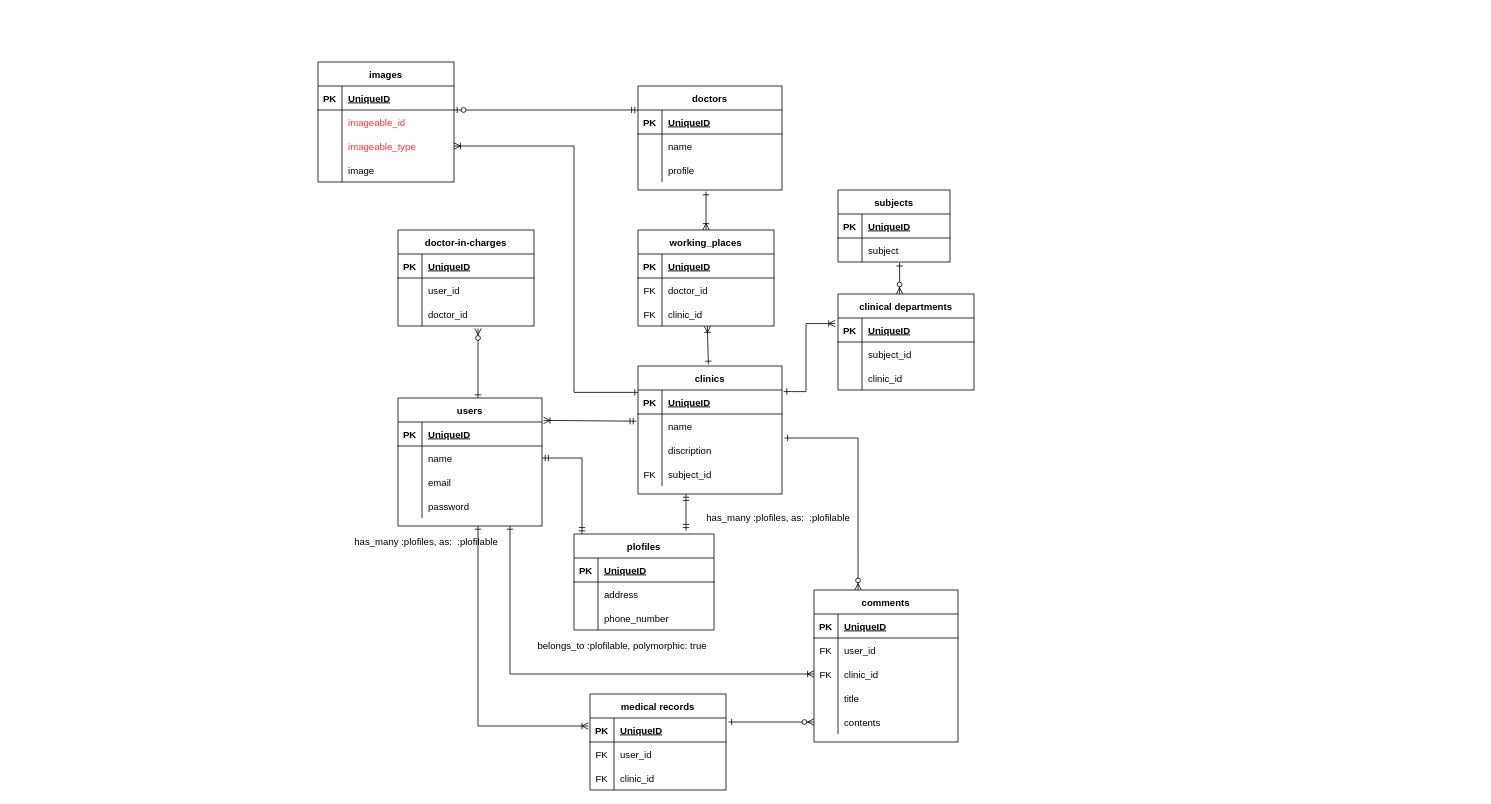
Above: page "help_doctor" (4 of 4) of Untitled Diagram.drawio in Sec-il-n/dic_guraduate_parts (draw.io), before the change. Source tidied: cells renumbered, new cells numbered last; positions are measured from the earlier drawing's top-left corner, leaving out a move shared by most shapes. Both pictures are drawn from the tidied source at 80%, with x=0, y=0 at pixel (318, 62).
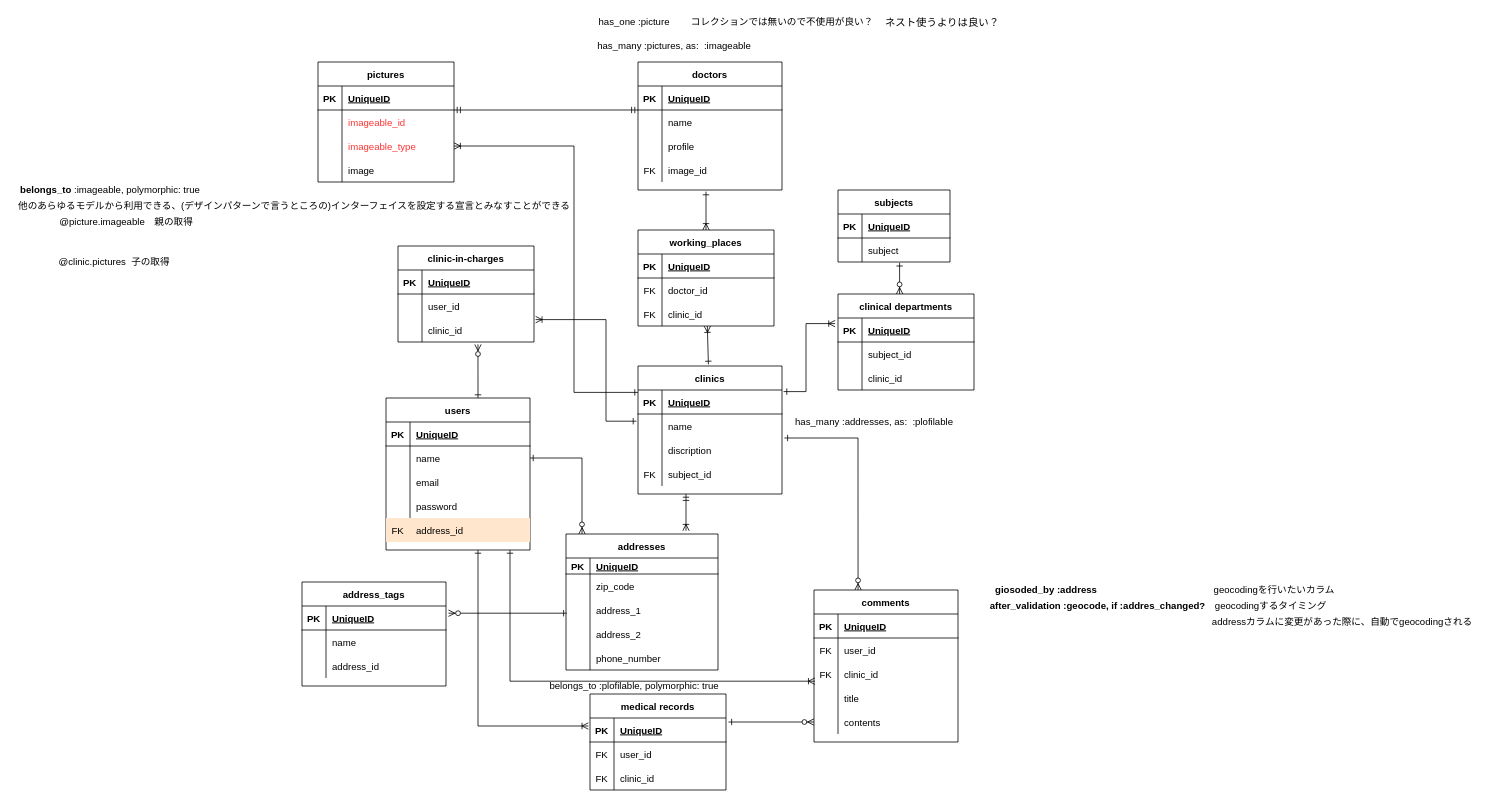
After the change.

Commit message (it also covers changes not shown here):
Untitled Diagram.drawio を更新します

The change refers to these unchanged cells:
```xml
<mxCell id="3" style="shape=partialRectangle;fillColor=none;top=0;left=0;bottom=1;right=0;points=[[0,0.5],[1,0.5]];portConstraint=eastwest;" parent="2" vertex="1">
  <mxGeometry y="30" width="180" height="30" as="geometry" />
</mxCell>
<mxCell id="6" style="shape=partialRectangle;fillColor=none;top=0;left=0;bottom=0;right=0;points=[[0,0.5],[1,0.5]];portConstraint=eastwest;" parent="2" vertex="1">
  <mxGeometry y="60" width="180" height="30" as="geometry" />
</mxCell>
<mxCell id="32" style="shape=partialRectangle;fillColor=none;top=0;left=0;bottom=0;right=0;points=[[0,0.5],[1,0.5]];portConstraint=eastwest;" parent="28" vertex="1">
  <mxGeometry y="60" width="180" height="30" as="geometry" />
</mxCell>
<mxCell id="82" style="shape=partialRectangle;fillColor=none;top=0;left=0;bottom=0;right=0;points=[[0,0.5],[1,0.5]];portConstraint=eastwest;" parent="75" vertex="1">
  <mxGeometry y="90" width="170" height="30" as="geometry" />
</mxCell>
<mxCell id="94" style="shape=partialRectangle;fillColor=none;top=0;left=0;bottom=0;right=0;points=[[0,0.5],[1,0.5]];portConstraint=eastwest;" parent="87" vertex="1">
  <mxGeometry y="90" width="180" height="30" as="geometry" />
</mxCell>
```

The edit, as a diff of the source:
```diff
@@
     <mxCell id="2" value="users" style="shape=table;startSize=30;childLayout=tableLayout;rowLines=0;fontStyle=1;align=center;" parent="1" vertex="1">
-      <mxGeometry x="100" y="420" width="180" height="160" as="geometry" />
+      <mxGeometry x="85" y="420" width="180" height="190" as="geometry" />
     </mxCell>
@@
+    <mxCell id="141" style="shape=partialRectangle;fillColor=#ffe6cc;top=0;left=0;bottom=0;right=0;strokeColor=#d79b00;" parent="2" vertex="1">
+      <mxGeometry y="150" width="180" height="30" as="geometry" />
+    </mxCell>
+    <mxCell id="142" value="FK" style="shape=partialRectangle;fillColor=none;top=0;left=0;bottom=0;right=0;overflow=hidden;" parent="141" vertex="1">
+      <mxGeometry width="30" height="30" as="geometry" />
+    </mxCell>
+    <mxCell id="143" value="address_id" style="shape=partialRectangle;fillColor=none;top=0;left=0;bottom=0;right=0;align=left;spacingLeft=6;overflow=hidden;" parent="141" vertex="1">
+      <mxGeometry x="30" width="150" height="30" as="geometry" />
+    </mxCell>
-    <mxCell id="15" value="images" style="shape=table;startSize=30;childLayout=tableLayout;rowLines=0;fontStyle=1;align=center;" parent="1" vertex="1">
+    <mxCell id="15" value="pictures" style="shape=table;startSize=30;childLayout=tableLayout;rowLines=0;fontStyle=1;align=center;" parent="1" vertex="1">
       <mxGeometry width="170" height="150" as="geometry" />
     </mxCell>
@@
     <mxCell id="41" value="doctors" style="shape=table;startSize=30;childLayout=tableLayout;rowLines=0;fontStyle=1;align=center;strokeColor=#000000;fontColor=#000000;" parent="1" vertex="1">
-      <mxGeometry x="400" y="30" width="180" height="130" as="geometry" />
+      <mxGeometry x="400" width="180" height="160" as="geometry" />
     </mxCell>
@@
+    <mxCell id="144" style="shape=partialRectangle;fillColor=none;top=0;left=0;bottom=0;right=0;" parent="41" vertex="1">
+      <mxGeometry y="120" width="180" height="30" as="geometry" />
+    </mxCell>
+    <mxCell id="145" value="FK" style="shape=partialRectangle;fillColor=none;top=0;left=0;bottom=0;right=0;overflow=hidden;" parent="144" vertex="1">
+      <mxGeometry width="30" height="30" as="geometry" />
+    </mxCell>
+    <mxCell id="146" value="image_id" style="shape=partialRectangle;fillColor=none;top=0;left=0;bottom=0;right=0;align=left;spacingLeft=6;overflow=hidden;" parent="144" vertex="1">
+      <mxGeometry x="30" width="150" height="30" as="geometry" />
+    </mxCell>
@@
-    <mxCell id="64" style="edgeStyle=entityRelationEdgeStyle;fontSize=12;html=1;endArrow=ERmandOne;startArrow=ERzeroToOne;startFill=1;" parent="1" edge="1">
+    <mxCell id="64" style="edgeStyle=entityRelationEdgeStyle;fontSize=12;html=1;endArrow=ERmandOne;startArrow=ERmandOne;startFill=0;endFill=0;" parent="1" edge="1">
       <mxGeometry relative="1" as="geometry">
         <mxPoint x="170" y="60" as="sourcePoint" />
         <mxPoint x="400" y="60" as="targetPoint" />
       </mxGeometry>
     </mxCell>
@@
-    <mxCell id="75" value="doctor-in-charges" style="shape=table;startSize=30;childLayout=tableLayout;rowLines=0;fontStyle=1;align=center;strokeColor=#000000;fillColor=#FFFFFF;fontColor=#000000;" parent="1" vertex="1">
-      <mxGeometry x="100" y="210" width="170" height="120" as="geometry" />
+    <mxCell id="75" value="clinic-in-charges" style="shape=table;startSize=30;childLayout=tableLayout;rowLines=0;fontStyle=1;align=center;strokeColor=#000000;fillColor=#FFFFFF;fontColor=#000000;" parent="1" vertex="1">
+      <mxGeometry x="100" y="230" width="170" height="120" as="geometry" />
     </mxCell>
@@
-    <mxCell id="83" style="shape=partialRectangle;fillColor=none;top=0;left=0;bottom=0;right=0;overflow=hidden;" parent="82" vertex="1">
-      <mxGeometry width="30" height="30" as="geometry" />
-    </mxCell>
-    <mxCell id="84" value="doctor_id" style="shape=partialRectangle;fillColor=none;top=0;left=0;bottom=0;right=0;align=left;spacingLeft=6;overflow=hidden;" parent="82" vertex="1">
-      <mxGeometry x="30" width="140" height="30" as="geometry" />
-    </mxCell>
+    <mxCell id="147" style="shape=partialRectangle;fillColor=none;top=0;left=0;bottom=0;right=0;overflow=hidden;" parent="82" vertex="1">
+      <mxGeometry width="30" height="30" as="geometry" />
+    </mxCell>
+    <mxCell id="148" value="clinic_id" style="shape=partialRectangle;fillColor=none;top=0;left=0;bottom=0;right=0;align=left;spacingLeft=6;overflow=hidden;" parent="82" vertex="1">
+      <mxGeometry x="30" width="140" height="30" as="geometry" />
+    </mxCell>
     <mxCell id="85" style="endArrow=ERoneToMany;html=1;rounded=0;fontColor=#000000;endFill=0;startArrow=ERone;startFill=0;" parent="1" edge="1">
       <mxGeometry relative="1" as="geometry">
-        <mxPoint x="200" y="580" as="sourcePoint" />
+        <mxPoint x="200" y="610" as="sourcePoint" />
         <mxPoint x="338" y="830" as="targetPoint" />
         <Array as="points">
           <mxPoint x="200" y="830" />
         </Array>
       </mxGeometry>
     </mxCell>
-    <mxCell id="86" style="endArrow=ERmandOne;html=1;rounded=0;fontColor=#000000;endFill=0;startArrow=ERmandOne;startFill=0;" parent="1" edge="1">
+    <mxCell id="86" style="endArrow=ERoneToMany;html=1;rounded=0;fontColor=#000000;endFill=0;startArrow=ERmandOne;startFill=0;" parent="1" edge="1">
       <mxGeometry relative="1" as="geometry">
         <mxPoint x="460" y="540" as="sourcePoint" />
         <mxPoint x="460" y="586" as="targetPoint" />
       </mxGeometry>
     </mxCell>
@@
-    <mxCell id="124" value="plofiles" style="shape=table;startSize=30;childLayout=tableLayout;rowLines=0;fontStyle=1;align=center;strokeColor=#000000;fillColor=#FFFFFF;fontColor=#000000;" parent="1" vertex="1">
-      <mxGeometry x="320" y="590" width="175" height="120" as="geometry" />
-    </mxCell>
-    <mxCell id="125" style="shape=partialRectangle;fillColor=none;top=0;left=0;bottom=1;right=0;" parent="124" vertex="1">
-      <mxGeometry y="30" width="175" height="30" as="geometry" />
-    </mxCell>
-    <mxCell id="126" value="PK" style="shape=partialRectangle;fillColor=none;top=0;left=0;bottom=0;right=0;fontStyle=1;overflow=hidden;" parent="125" vertex="1">
-      <mxGeometry width="30" height="30" as="geometry" />
-    </mxCell>
-    <mxCell id="127" value="UniqueID" style="shape=partialRectangle;fillColor=none;top=0;left=0;bottom=0;right=0;align=left;spacingLeft=6;fontStyle=5;overflow=hidden;" parent="125" vertex="1">
-      <mxGeometry x="30" width="145" height="30" as="geometry" />
-    </mxCell>
-    <mxCell id="128" style="shape=partialRectangle;fillColor=none;top=0;left=0;bottom=0;right=0;" parent="124" vertex="1">
-      <mxGeometry y="60" width="175" height="30" as="geometry" />
-    </mxCell>
-    <mxCell id="129" style="shape=partialRectangle;fillColor=none;top=0;left=0;bottom=0;right=0;overflow=hidden;" parent="128" vertex="1">
-      <mxGeometry width="30" height="30" as="geometry" />
-    </mxCell>
-    <mxCell id="130" value="address" style="shape=partialRectangle;fillColor=none;top=0;left=0;bottom=0;right=0;align=left;spacingLeft=6;overflow=hidden;" parent="128" vertex="1">
-      <mxGeometry x="30" width="145" height="30" as="geometry" />
-    </mxCell>
-    <mxCell id="131" style="shape=partialRectangle;fillColor=none;top=0;left=0;bottom=0;right=0;" parent="124" vertex="1">
-      <mxGeometry y="90" width="175" height="30" as="geometry" />
-    </mxCell>
-    <mxCell id="132" style="shape=partialRectangle;fillColor=none;top=0;left=0;bottom=0;right=0;overflow=hidden;" parent="131" vertex="1">
-      <mxGeometry width="30" height="30" as="geometry" />
-    </mxCell>
-    <mxCell id="133" value="phone_number" style="shape=partialRectangle;fillColor=none;top=0;left=0;bottom=0;right=0;align=left;spacingLeft=6;overflow=hidden;" parent="131" vertex="1">
-      <mxGeometry x="30" width="145" height="30" as="geometry" />
-    </mxCell>
     <mxCell id="134" value="belongs_to :plofilable, polymorphic: true" style="text;html=1;align=center;verticalAlign=middle;fontColor=#000000;" parent="1" vertex="1">
-      <mxGeometry x="265" y="720" width="230" height="20" as="geometry" />
+      <mxGeometry x="280" y="770" width="230" height="20" as="geometry" />
     </mxCell>
-    <mxCell id="135" value="has_many :plofiles, as:&amp;nbsp; :plofilable" style="text;html=1;align=center;verticalAlign=middle;fontColor=#000000;" parent="1" vertex="1">
-      <mxGeometry x="40" y="590" width="190" height="20" as="geometry" />
-    </mxCell>
-    <mxCell id="136" value="has_many :plofiles, as:&amp;nbsp; :plofilable" style="text;html=1;align=center;verticalAlign=middle;fontColor=#000000;" parent="1" vertex="1">
-      <mxGeometry x="480" y="560" width="190" height="20" as="geometry" />
-    </mxCell>
-    <mxCell id="137" style="endArrow=ERmandOne;html=1;rounded=0;fontColor=#000000;endFill=0;startArrow=ERmandOne;startFill=0;exitX=1;exitY=0.5;exitDx=0;exitDy=0;" parent="1" edge="1" source="6">
+    <mxCell id="137" style="endArrow=ERzeroToMany;html=1;rounded=0;fontColor=#000000;endFill=1;startArrow=ERone;startFill=0;exitX=1;exitY=0.5;exitDx=0;exitDy=0;" parent="1" edge="1" source="6">
       <mxGeometry relative="1" as="geometry">
         <mxPoint x="330" y="590" as="targetPoint" />
         <Array as="points">
           <mxPoint x="330" y="495" />
         </Array>
       </mxGeometry>
     </mxCell>
-    <mxCell id="138" style="endArrow=ERmandOne;html=1;rounded=0;fontColor=#000000;endFill=0;startArrow=ERoneToMany;startFill=0;exitX=1.011;exitY=-0.067;exitDx=0;exitDy=0;exitPerimeter=0;entryX=-0.011;entryY=0.3;entryDx=0;entryDy=0;entryPerimeter=0;" parent="1" edge="1" source="3" target="32">
-      <mxGeometry relative="1" as="geometry" />
+    <mxCell id="138" style="endArrow=ERone;html=1;rounded=0;fontColor=#000000;endFill=0;startArrow=ERoneToMany;startFill=0;exitX=1.012;exitY=0.067;exitDx=0;exitDy=0;exitPerimeter=0;entryX=-0.011;entryY=0.3;entryDx=0;entryDy=0;entryPerimeter=0;" parent="1" edge="1" source="82" target="32">
+      <mxGeometry relative="1" as="geometry">
+        <Array as="points">
+          <mxPoint x="360" y="322" />
+          <mxPoint x="360" y="449" />
+        </Array>
+      </mxGeometry>
     </mxCell>
-    <mxCell id="139" style="endArrow=ERone;html=1;rounded=0;fontColor=#000000;endFill=0;startArrow=ERzeroToMany;startFill=1;" parent="1" edge="1">
+    <mxCell id="139" style="endArrow=ERone;html=1;rounded=0;fontColor=#000000;endFill=0;startArrow=ERzeroToMany;startFill=1;exitX=0.588;exitY=1.1;exitDx=0;exitDy=0;exitPerimeter=0;" parent="1" edge="1" source="82">
       <mxGeometry relative="1" as="geometry">
-        <mxPoint x="200" y="333" as="sourcePoint" />
         <mxPoint x="200" y="420" as="targetPoint" />
       </mxGeometry>
     </mxCell>
-    <mxCell id="140" style="endArrow=ERoneToMany;html=1;rounded=0;fontColor=#000000;endFill=0;startArrow=ERone;startFill=0;entryX=0;entryY=0.5;entryDx=0;entryDy=0;" parent="1" edge="1" target="94">
+    <mxCell id="140" style="endArrow=ERoneToMany;html=1;rounded=0;fontColor=#000000;endFill=0;startArrow=ERone;startFill=0;entryX=0.006;entryY=0.8;entryDx=0;entryDy=0;entryPerimeter=0;" parent="1" edge="1" target="94">
       <mxGeometry relative="1" as="geometry">
-        <mxPoint x="240" y="580" as="sourcePoint" />
+        <mxPoint x="240" y="610" as="sourcePoint" />
         <Array as="points">
-          <mxPoint x="240" y="765" />
+          <mxPoint x="240" y="774" />
         </Array>
       </mxGeometry>
     </mxCell>
+    <mxCell id="149" value="giosoded_by :address" style="text;html=1;align=center;verticalAlign=middle;fontColor=#000000;fontStyle=1;" parent="1" vertex="1">
+      <mxGeometry x="840" y="650" width="140" height="20" as="geometry" />
+    </mxCell>
+    <mxCell id="150" value="geocodingを行いたいカラム" style="text;html=1;align=center;verticalAlign=middle;fontColor=#000000;" parent="1" vertex="1">
+      <mxGeometry x="1110" y="650" width="170" height="20" as="geometry" />
+    </mxCell>
+    <mxCell id="151" value="after_validation :geocode, if :addres_changed?　&lt;span style=&quot;font-weight: 400&quot;&gt;geocodingするタイミング&lt;/span&gt;" style="text;html=1;align=center;verticalAlign=middle;fontColor=#000000;fontStyle=1;" parent="1" vertex="1">
+      <mxGeometry x="830" y="670" width="440" height="20" as="geometry" />
+    </mxCell>
+    <mxCell id="152" value="addressカラムに変更があった際に、自動でgeocodingされる" style="text;html=1;align=center;verticalAlign=middle;fontColor=#000000;" parent="1" vertex="1">
+      <mxGeometry x="1110" y="690" width="340" height="20" as="geometry" />
+    </mxCell>
+    <mxCell id="153" value="addresses" style="shape=table;startSize=30;childLayout=tableLayout;rowLines=0;fontStyle=1;align=center;fillColor=#FFFFFF;fontColor=#000000;" parent="1" vertex="1">
+      <mxGeometry x="310" y="590" width="190" height="170" as="geometry" />
+    </mxCell>
+    <mxCell id="154" style="shape=partialRectangle;fillColor=none;top=0;left=0;bottom=1;right=0;" parent="153" vertex="1">
+      <mxGeometry y="30" width="190" height="20" as="geometry" />
+    </mxCell>
+    <mxCell id="155" value="PK" style="shape=partialRectangle;fillColor=none;top=0;left=0;bottom=0;right=0;fontStyle=1;overflow=hidden;" parent="154" vertex="1">
+      <mxGeometry width="30" height="20" as="geometry" />
+    </mxCell>
+    <mxCell id="156" value="UniqueID" style="shape=partialRectangle;fillColor=none;top=0;left=0;bottom=0;right=0;align=left;spacingLeft=6;fontStyle=5;overflow=hidden;" parent="154" vertex="1">
+      <mxGeometry x="30" width="160" height="20" as="geometry" />
+    </mxCell>
+    <mxCell id="157" style="shape=partialRectangle;fillColor=none;top=0;left=0;bottom=0;right=0;" parent="153" vertex="1">
+      <mxGeometry y="50" width="190" height="30" as="geometry" />
+    </mxCell>
+    <mxCell id="158" style="shape=partialRectangle;fillColor=none;top=0;left=0;bottom=0;right=0;overflow=hidden;" parent="157" vertex="1">
+      <mxGeometry width="30" height="30" as="geometry" />
+    </mxCell>
+    <mxCell id="159" value="zip_code" style="shape=partialRectangle;fillColor=none;top=0;left=0;bottom=0;right=0;align=left;spacingLeft=6;overflow=hidden;" parent="157" vertex="1">
+      <mxGeometry x="30" width="160" height="30" as="geometry" />
+    </mxCell>
+    <mxCell id="160" style="shape=partialRectangle;fillColor=none;top=0;left=0;bottom=0;right=0;" parent="153" vertex="1">
+      <mxGeometry y="80" width="190" height="30" as="geometry" />
+    </mxCell>
+    <mxCell id="161" style="shape=partialRectangle;fillColor=none;top=0;left=0;bottom=0;right=0;overflow=hidden;" parent="160" vertex="1">
+      <mxGeometry width="30" height="30" as="geometry" />
+    </mxCell>
+    <mxCell id="162" value="address_1" style="shape=partialRectangle;fillColor=none;top=0;left=0;bottom=0;right=0;align=left;spacingLeft=6;overflow=hidden;" parent="160" vertex="1">
+      <mxGeometry x="30" width="160" height="30" as="geometry" />
+    </mxCell>
+    <mxCell id="163" style="shape=partialRectangle;fillColor=none;top=0;left=0;bottom=0;right=0;" parent="153" vertex="1">
+      <mxGeometry y="110" width="190" height="30" as="geometry" />
+    </mxCell>
+    <mxCell id="164" style="shape=partialRectangle;fillColor=none;top=0;left=0;bottom=0;right=0;overflow=hidden;" parent="163" vertex="1">
+      <mxGeometry width="30" height="30" as="geometry" />
+    </mxCell>
+    <mxCell id="165" value="address_2" style="shape=partialRectangle;fillColor=none;top=0;left=0;bottom=0;right=0;align=left;spacingLeft=6;overflow=hidden;" parent="163" vertex="1">
+      <mxGeometry x="30" width="160" height="30" as="geometry" />
+    </mxCell>
+    <mxCell id="166" style="shape=partialRectangle;fillColor=none;top=0;left=0;bottom=0;right=0;" parent="153" vertex="1">
+      <mxGeometry y="140" width="190" height="30" as="geometry" />
+    </mxCell>
+    <mxCell id="167" style="shape=partialRectangle;fillColor=none;top=0;left=0;bottom=0;right=0;overflow=hidden;" parent="166" vertex="1">
+      <mxGeometry width="30" height="30" as="geometry" />
+    </mxCell>
+    <mxCell id="133" value="phone_number" style="shape=partialRectangle;fillColor=none;top=0;left=0;bottom=0;right=0;align=left;spacingLeft=6;overflow=hidden;" parent="166" vertex="1">
+      <mxGeometry x="30" width="160" height="30" as="geometry" />
+    </mxCell>
+    <mxCell id="168" value="has_many :pictures, as:&amp;nbsp; :imageable" style="text;html=1;align=center;verticalAlign=middle;fontColor=#000000;" parent="1" vertex="1">
+      <mxGeometry x="340" y="-30" width="210" height="20" as="geometry" />
+    </mxCell>
+    <mxCell id="169" value="has_one :picture" style="text;html=1;align=center;verticalAlign=middle;fontColor=#000000;" parent="1" vertex="1">
+      <mxGeometry x="345" y="-60" width="100" height="20" as="geometry" />
+    </mxCell>
+    <mxCell id="170" value="コレクションでは無いので不使用が良い？" style="text;html=1;align=center;verticalAlign=middle;fontColor=#000000;" parent="1" vertex="1">
+      <mxGeometry x="460" y="-60" width="240" height="20" as="geometry" />
+    </mxCell>
+    <mxCell id="171" value="&lt;span style=&quot;font-family: &amp;#34;roboto&amp;#34; , &amp;#34;robotodraft&amp;#34; , &amp;#34;helvetica&amp;#34; , &amp;#34;arial&amp;#34; , sans-serif ; font-size: 13px ; background-color: rgb(255 , 255 , 255)&quot;&gt;ネスト使うよりは良い？&lt;/span&gt;" style="text;html=1;align=center;verticalAlign=middle;fontColor=#000000;" parent="1" vertex="1">
+      <mxGeometry x="700" y="-60" width="160" height="20" as="geometry" />
+    </mxCell>
+    <mxCell id="172" style="group;" parent="1" vertex="1">
+      <mxGeometry x="-380" y="150" width="700" height="110" as="geometry" />
+    </mxCell>
+    <mxCell id="173" value="&lt;b&gt;belongs_to&lt;/b&gt; :imageable, polymorphic: true" style="text;html=1;align=center;verticalAlign=middle;fontColor=#000000;" parent="172" vertex="1">
+      <mxGeometry width="240" height="20" as="geometry" />
+    </mxCell>
+    <mxCell id="174" value="他のあらゆるモデルから利用できる、(デザインパターンで言うところの)インターフェイスを設定する宣言とみなすことができる" style="text;html=1;align=center;verticalAlign=middle;fontColor=#000000;" parent="172" vertex="1">
+      <mxGeometry y="20" width="700" height="20" as="geometry" />
+    </mxCell>
+    <mxCell id="175" value="@picture.imageable　親の取得" style="text;html=1;align=center;verticalAlign=middle;fontColor=#000000;" parent="172" vertex="1">
+      <mxGeometry x="50" y="40" width="180" height="20" as="geometry" />
+    </mxCell>
+    <mxCell id="176" value="@clinic.pictures&amp;nbsp; 子の取得" style="text;html=1;align=center;verticalAlign=middle;fontColor=#000000;" parent="172" vertex="1">
+      <mxGeometry x="50" y="90" width="150" height="20" as="geometry" />
+    </mxCell>
+    <mxCell id="177" value="has_many :addresses, as:&amp;nbsp; :plofilable" style="text;html=1;align=center;verticalAlign=middle;fontColor=#000000;" parent="1" vertex="1">
+      <mxGeometry x="590" y="440" width="210" height="20" as="geometry" />
+    </mxCell>
+    <mxCell id="178" value="address_tags" style="shape=table;startSize=30;childLayout=tableLayout;rowLines=0;fontStyle=1;align=center;strokeColor=#000000;fillColor=#FFFFFF;fontColor=#000000;" parent="1" vertex="1">
+      <mxGeometry x="-20" y="650" width="180" height="130" as="geometry" />
+    </mxCell>
+    <mxCell id="179" style="shape=partialRectangle;fillColor=none;top=0;left=0;bottom=1;right=0;points=[[0,0.5],[1,0.5]];portConstraint=eastwest;" parent="178" vertex="1">
+      <mxGeometry y="30" width="180" height="30" as="geometry" />
+    </mxCell>
+    <mxCell id="126" value="PK" style="shape=partialRectangle;fillColor=none;top=0;left=0;bottom=0;right=0;fontStyle=1;overflow=hidden;" parent="179" vertex="1">
+      <mxGeometry width="30" height="30" as="geometry" />
+    </mxCell>
+    <mxCell id="180" value="UniqueID" style="shape=partialRectangle;fillColor=none;top=0;left=0;bottom=0;right=0;align=left;spacingLeft=6;fontStyle=5;overflow=hidden;" parent="179" vertex="1">
+      <mxGeometry x="30" width="150" height="30" as="geometry" />
+    </mxCell>
+    <mxCell id="181" style="shape=partialRectangle;fillColor=none;top=0;left=0;bottom=0;right=0;" parent="178" vertex="1">
+      <mxGeometry y="60" width="180" height="30" as="geometry" />
+    </mxCell>
+    <mxCell id="182" style="shape=partialRectangle;fillColor=none;top=0;left=0;bottom=0;right=0;overflow=hidden;" parent="181" vertex="1">
+      <mxGeometry width="30" height="30" as="geometry" />
+    </mxCell>
+    <mxCell id="183" value="name" style="shape=partialRectangle;fillColor=none;top=0;left=0;bottom=0;right=0;align=left;spacingLeft=6;overflow=hidden;" parent="181" vertex="1">
+      <mxGeometry x="30" width="150" height="30" as="geometry" />
+    </mxCell>
+    <mxCell id="184" style="shape=partialRectangle;fillColor=none;top=0;left=0;bottom=0;right=0;" parent="178" vertex="1">
+      <mxGeometry y="90" width="180" height="30" as="geometry" />
+    </mxCell>
+    <mxCell id="185" style="shape=partialRectangle;fillColor=none;top=0;left=0;bottom=0;right=0;overflow=hidden;" parent="184" vertex="1">
+      <mxGeometry width="30" height="30" as="geometry" />
+    </mxCell>
+    <mxCell id="186" value="address_id" style="shape=partialRectangle;fillColor=none;top=0;left=0;bottom=0;right=0;align=left;spacingLeft=6;overflow=hidden;" parent="184" vertex="1">
+      <mxGeometry x="30" width="150" height="30" as="geometry" />
+    </mxCell>
+    <mxCell id="187" style="endArrow=ERzeroToMany;html=1;rounded=0;fontColor=#000000;endFill=1;startArrow=ERone;startFill=0;entryX=1.017;entryY=0.3;entryDx=0;entryDy=0;entryPerimeter=0;" parent="1" edge="1" target="179">
+      <mxGeometry relative="1" as="geometry">
+        <mxPoint x="311" y="689" as="sourcePoint" />
+      </mxGeometry>
+    </mxCell>
```
